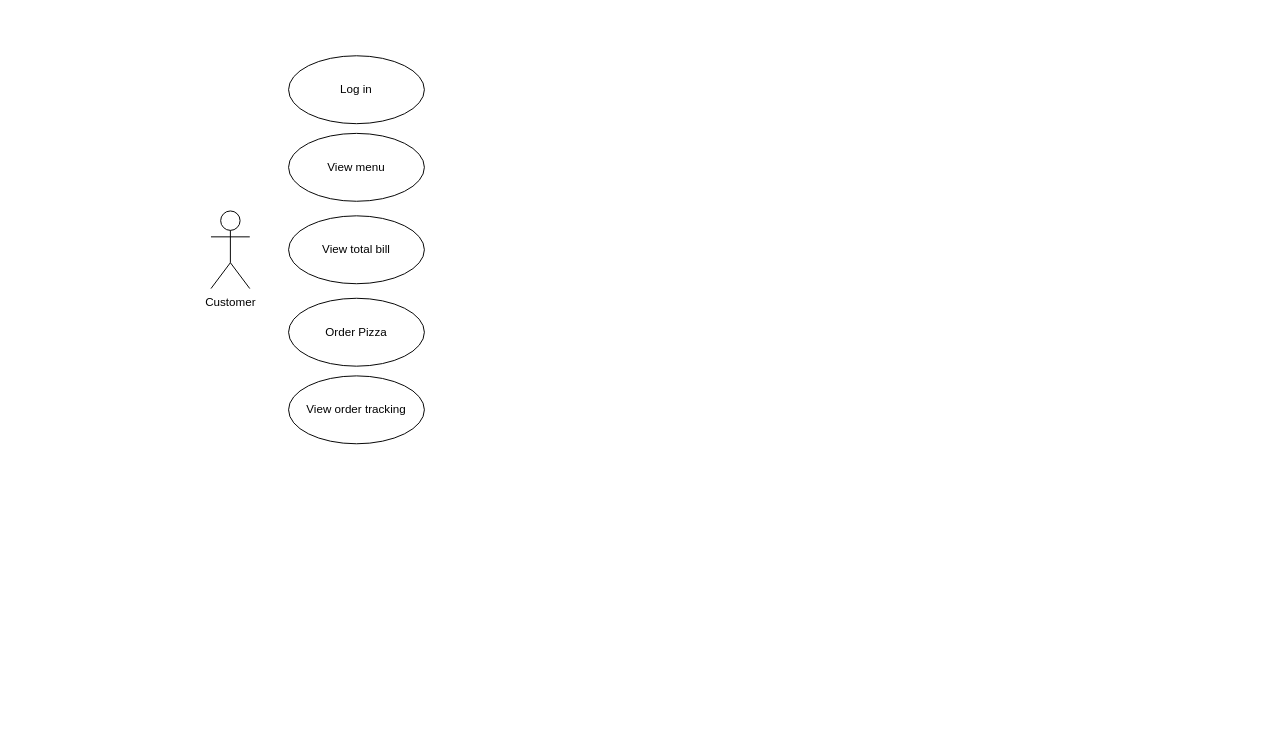
Earlier version of the draw.io diagram Untitled Diagram.drawio (trilo92/ThirdOne). Source tidied: cells renumbered, new cells numbered last; positions are measured from the earlier drawing's top-left corner, leaving out a move shared by most shapes. Both pictures are drawn from the tidied source at 97%, with x=0, y=0 at pixel (210, 55).
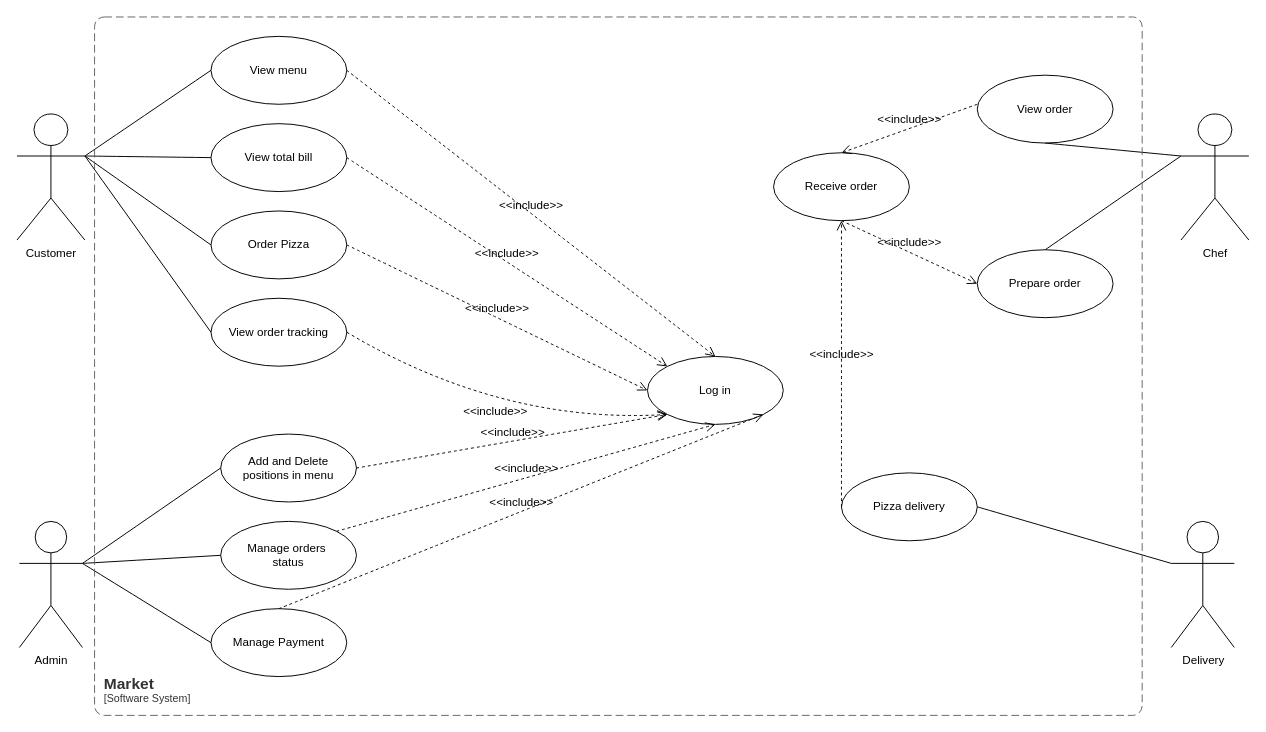
Above is the later version.

The edit, as a diff of the source:
```diff
@@
     <mxCell id="2" value="Customer" style="shape=umlActor;verticalLabelPosition=bottom;verticalAlign=top;html=1;outlineConnect=0;" parent="1" vertex="1">
-      <mxGeometry y="160" width="40" height="80" as="geometry" />
+      <mxGeometry x="-200" y="60" width="70" height="130" as="geometry" />
     </mxCell>
     <mxCell id="3" value="View total bill" style="ellipse;whiteSpace=wrap;html=1;" parent="1" vertex="1">
-      <mxGeometry x="80" y="165" width="140" height="70" as="geometry" />
+      <mxGeometry y="70" width="140" height="70" as="geometry" />
     </mxCell>
     <mxCell id="4" value="Order Pizza" style="ellipse;whiteSpace=wrap;html=1;" parent="1" vertex="1">
-      <mxGeometry x="80" y="250" width="140" height="70" as="geometry" />
+      <mxGeometry y="160" width="140" height="70" as="geometry" />
     </mxCell>
     <mxCell id="5" value="View order tracking" style="ellipse;whiteSpace=wrap;html=1;" parent="1" vertex="1">
-      <mxGeometry x="80" y="330" width="140" height="70" as="geometry" />
+      <mxGeometry y="250" width="140" height="70" as="geometry" />
     </mxCell>
     <mxCell id="6" value="&lt;div&gt;View menu&lt;/div&gt;" style="ellipse;whiteSpace=wrap;html=1;" parent="1" vertex="1">
-      <mxGeometry x="80" y="80" width="140" height="70" as="geometry" />
+      <mxGeometry y="-20" width="140" height="70" as="geometry" />
     </mxCell>
     <mxCell id="7" value="Log in" style="ellipse;whiteSpace=wrap;html=1;" parent="1" vertex="1">
-      <mxGeometry x="80" width="140" height="70" as="geometry" />
+      <mxGeometry x="450" y="310" width="140" height="70" as="geometry" />
     </mxCell>
+    <mxCell id="8" value="&amp;lt;&amp;lt;include&amp;gt;&amp;gt;" style="edgeStyle=none;html=1;endArrow=open;verticalAlign=bottom;dashed=1;labelBackgroundColor=none;rounded=0;fontSize=12;startSize=8;endSize=8;curved=1;entryX=0.5;entryY=0;entryDx=0;entryDy=0;exitX=1;exitY=0.5;exitDx=0;exitDy=0;" parent="1" edge="1" source="6" target="7">
+      <mxGeometry relative="1" as="geometry" />
+    </mxCell>
+    <mxCell id="9" value="&amp;lt;&amp;lt;include&amp;gt;&amp;gt;" style="edgeStyle=none;html=1;endArrow=open;verticalAlign=bottom;dashed=1;labelBackgroundColor=none;rounded=0;fontSize=12;startSize=8;endSize=8;curved=1;entryX=0;entryY=0;entryDx=0;entryDy=0;exitX=1;exitY=0.5;exitDx=0;exitDy=0;" parent="1" edge="1" source="3" target="7">
+      <mxGeometry relative="1" as="geometry" />
+    </mxCell>
+    <mxCell id="10" value="&amp;lt;&amp;lt;include&amp;gt;&amp;gt;" style="edgeStyle=none;html=1;endArrow=open;verticalAlign=bottom;dashed=1;labelBackgroundColor=none;rounded=0;fontSize=12;startSize=8;endSize=8;curved=1;entryX=0;entryY=0.5;entryDx=0;entryDy=0;exitX=1;exitY=0.5;exitDx=0;exitDy=0;" parent="1" edge="1" source="4" target="7">
+      <mxGeometry relative="1" as="geometry" />
+    </mxCell>
+    <mxCell id="11" value="&amp;lt;&amp;lt;include&amp;gt;&amp;gt;" style="edgeStyle=none;html=1;endArrow=open;verticalAlign=bottom;dashed=1;labelBackgroundColor=none;rounded=0;fontSize=12;startSize=8;endSize=8;curved=1;entryX=0;entryY=1;entryDx=0;entryDy=0;exitX=1;exitY=0.5;exitDx=0;exitDy=0;" parent="1" edge="1" source="5" target="7">
+      <mxGeometry relative="1" as="geometry">
+        <Array as="points">
+          <mxPoint x="300" y="380" />
+        </Array>
+      </mxGeometry>
+    </mxCell>
+    <mxCell id="12" style="edgeStyle=none;html=1;endArrow=none;verticalAlign=bottom;rounded=0;fontSize=12;startSize=8;endSize=8;curved=1;entryX=0;entryY=0.5;entryDx=0;entryDy=0;exitX=1;exitY=0.3333333333333333;exitDx=0;exitDy=0;exitPerimeter=0;" parent="1" edge="1" source="2" target="6">
+      <mxGeometry relative="1" as="geometry" />
+    </mxCell>
+    <mxCell id="13" style="edgeStyle=none;html=1;endArrow=none;verticalAlign=bottom;rounded=0;fontSize=12;startSize=8;endSize=8;curved=1;entryX=0;entryY=0.5;entryDx=0;entryDy=0;exitX=1;exitY=0.3333333333333333;exitDx=0;exitDy=0;exitPerimeter=0;" parent="1" edge="1" source="2" target="3">
+      <mxGeometry relative="1" as="geometry" />
+    </mxCell>
+    <mxCell id="14" style="edgeStyle=none;html=1;endArrow=none;verticalAlign=bottom;rounded=0;fontSize=12;startSize=8;endSize=8;curved=1;entryX=0;entryY=0.5;entryDx=0;entryDy=0;exitX=1;exitY=0.3333333333333333;exitDx=0;exitDy=0;exitPerimeter=0;" parent="1" edge="1" source="2" target="5">
+      <mxGeometry relative="1" as="geometry" />
+    </mxCell>
+    <mxCell id="15" style="edgeStyle=none;html=1;endArrow=none;verticalAlign=bottom;rounded=0;fontSize=12;startSize=8;endSize=8;curved=1;entryX=0;entryY=0.5;entryDx=0;entryDy=0;exitX=1;exitY=0.3333333333333333;exitDx=0;exitDy=0;exitPerimeter=0;" parent="1" edge="1" source="2" target="4">
+      <mxGeometry relative="1" as="geometry" />
+    </mxCell>
+    <mxCell id="16" value="Admin" style="shape=umlActor;html=1;verticalLabelPosition=bottom;verticalAlign=top;align=center;" parent="1" vertex="1">
+      <mxGeometry x="-197.5" y="480" width="65" height="130" as="geometry" />
+    </mxCell>
+    <mxCell id="17" value="&lt;div&gt;Add and Delete&lt;/div&gt;&lt;div&gt;positions in menu&lt;/div&gt;" style="ellipse;whiteSpace=wrap;html=1;" parent="1" vertex="1">
+      <mxGeometry x="10" y="390" width="140" height="70" as="geometry" />
+    </mxCell>
+    <mxCell id="18" value="&lt;div&gt;Manage orders&amp;nbsp;&lt;/div&gt;&lt;div&gt;status&lt;/div&gt;" style="ellipse;whiteSpace=wrap;html=1;" parent="1" vertex="1">
+      <mxGeometry x="10" y="480" width="140" height="70" as="geometry" />
+    </mxCell>
+    <mxCell id="19" value="&lt;div&gt;Manage Payment&lt;/div&gt;" style="ellipse;whiteSpace=wrap;html=1;" parent="1" vertex="1">
+      <mxGeometry y="570" width="140" height="70" as="geometry" />
+    </mxCell>
+    <mxCell id="20" value="&amp;lt;&amp;lt;include&amp;gt;&amp;gt;" style="edgeStyle=none;html=1;endArrow=open;verticalAlign=bottom;dashed=1;labelBackgroundColor=none;rounded=0;fontSize=12;startSize=8;endSize=8;curved=1;entryX=0.5;entryY=1;entryDx=0;entryDy=0;exitX=1;exitY=0;exitDx=0;exitDy=0;" parent="1" edge="1" source="18" target="7">
+      <mxGeometry relative="1" as="geometry" />
+    </mxCell>
+    <mxCell id="21" value="&amp;lt;&amp;lt;include&amp;gt;&amp;gt;" style="edgeStyle=none;html=1;endArrow=open;verticalAlign=bottom;dashed=1;labelBackgroundColor=none;rounded=0;fontSize=12;startSize=8;endSize=8;curved=1;entryX=1;entryY=1;entryDx=0;entryDy=0;exitX=0.5;exitY=0;exitDx=0;exitDy=0;" parent="1" edge="1" source="19" target="7">
+      <mxGeometry relative="1" as="geometry" />
+    </mxCell>
+    <mxCell id="22" value="&amp;lt;&amp;lt;include&amp;gt;&amp;gt;" style="edgeStyle=none;html=1;endArrow=open;verticalAlign=bottom;dashed=1;labelBackgroundColor=none;rounded=0;fontSize=12;startSize=8;endSize=8;curved=1;entryX=0;entryY=1;entryDx=0;entryDy=0;exitX=1;exitY=0.5;exitDx=0;exitDy=0;" parent="1" edge="1" source="17" target="7">
+      <mxGeometry relative="1" as="geometry" />
+    </mxCell>
+    <mxCell id="23" style="edgeStyle=none;html=1;endArrow=none;verticalAlign=bottom;rounded=0;fontSize=12;startSize=8;endSize=8;curved=1;entryX=0;entryY=0.5;entryDx=0;entryDy=0;exitX=1;exitY=0.3333333333333333;exitDx=0;exitDy=0;exitPerimeter=0;" parent="1" edge="1" source="16" target="17">
+      <mxGeometry relative="1" as="geometry" />
+    </mxCell>
+    <mxCell id="24" style="edgeStyle=none;html=1;endArrow=none;verticalAlign=bottom;rounded=0;fontSize=12;startSize=8;endSize=8;curved=1;entryX=0;entryY=0.5;entryDx=0;entryDy=0;exitX=1;exitY=0.3333333333333333;exitDx=0;exitDy=0;exitPerimeter=0;" parent="1" edge="1" source="16" target="18">
+      <mxGeometry relative="1" as="geometry" />
+    </mxCell>
+    <mxCell id="25" style="edgeStyle=none;html=1;endArrow=none;verticalAlign=bottom;rounded=0;fontSize=12;startSize=8;endSize=8;curved=1;entryX=0;entryY=0.5;entryDx=0;entryDy=0;exitX=1;exitY=0.3333333333333333;exitDx=0;exitDy=0;exitPerimeter=0;" parent="1" edge="1" source="16" target="19">
+      <mxGeometry relative="1" as="geometry" />
+    </mxCell>
+    <mxCell id="26" value="Chef&lt;div&gt;&lt;br&gt;&lt;/div&gt;" style="shape=umlActor;verticalLabelPosition=bottom;verticalAlign=top;html=1;outlineConnect=0;" parent="1" vertex="1">
+      <mxGeometry x="1000" y="60" width="70" height="130" as="geometry" />
+    </mxCell>
+    <mxCell id="27" value="View order" style="ellipse;whiteSpace=wrap;html=1;" parent="1" vertex="1">
+      <mxGeometry x="790" y="20" width="140" height="70" as="geometry" />
+    </mxCell>
+    <mxCell id="28" value="Receive order" style="ellipse;whiteSpace=wrap;html=1;" parent="1" vertex="1">
+      <mxGeometry x="580" y="100" width="140" height="70" as="geometry" />
+    </mxCell>
+    <mxCell id="29" value="Prepare order" style="ellipse;whiteSpace=wrap;html=1;" parent="1" vertex="1">
+      <mxGeometry x="790" y="200" width="140" height="70" as="geometry" />
+    </mxCell>
+    <mxCell id="30" value="&amp;lt;&amp;lt;include&amp;gt;&amp;gt;" style="edgeStyle=none;html=1;endArrow=open;verticalAlign=bottom;dashed=1;labelBackgroundColor=none;rounded=0;fontSize=12;startSize=8;endSize=8;curved=1;entryX=0.5;entryY=0;entryDx=0;entryDy=0;" parent="1" edge="1" target="28">
+      <mxGeometry relative="1" as="geometry">
+        <mxPoint x="790" y="50" as="sourcePoint" />
+      </mxGeometry>
+    </mxCell>
+    <mxCell id="31" value="&amp;lt;&amp;lt;include&amp;gt;&amp;gt;" style="edgeStyle=none;html=1;endArrow=open;verticalAlign=bottom;dashed=1;labelBackgroundColor=none;rounded=0;fontSize=12;startSize=8;endSize=8;curved=1;entryX=0;entryY=0.5;entryDx=0;entryDy=0;exitX=0.5;exitY=1;exitDx=0;exitDy=0;" parent="1" edge="1" source="28" target="29">
+      <mxGeometry relative="1" as="geometry" />
+    </mxCell>
+    <mxCell id="32" value="Delivery" style="shape=umlActor;html=1;verticalLabelPosition=bottom;verticalAlign=top;align=center;" parent="1" vertex="1">
+      <mxGeometry x="990" y="480" width="65" height="130" as="geometry" />
+    </mxCell>
+    <mxCell id="33" value="Pizza delivery" style="ellipse;whiteSpace=wrap;html=1;" parent="1" vertex="1">
+      <mxGeometry x="650" y="430" width="140" height="70" as="geometry" />
+    </mxCell>
+    <mxCell id="34" value="&amp;lt;&amp;lt;include&amp;gt;&amp;gt;" style="edgeStyle=none;html=1;endArrow=open;verticalAlign=bottom;dashed=1;labelBackgroundColor=none;rounded=0;fontSize=12;startSize=8;endSize=8;curved=1;entryX=0.5;entryY=1;entryDx=0;entryDy=0;exitX=0;exitY=0.5;exitDx=0;exitDy=0;" parent="1" edge="1" source="33" target="28">
+      <mxGeometry relative="1" as="geometry" />
+    </mxCell>
+    <mxCell id="35" style="edgeStyle=none;html=1;endArrow=none;verticalAlign=bottom;rounded=0;fontSize=12;startSize=8;endSize=8;curved=1;exitX=0.5;exitY=1;exitDx=0;exitDy=0;entryX=0;entryY=0.3333333333333333;entryDx=0;entryDy=0;entryPerimeter=0;" parent="1" edge="1" source="27" target="26">
+      <mxGeometry relative="1" as="geometry" />
+    </mxCell>
+    <mxCell id="36" style="edgeStyle=none;html=1;endArrow=none;verticalAlign=bottom;rounded=0;fontSize=12;startSize=8;endSize=8;curved=1;exitX=0.5;exitY=0;exitDx=0;exitDy=0;entryX=0;entryY=0.3333333333333333;entryDx=0;entryDy=0;entryPerimeter=0;" parent="1" edge="1" source="29" target="26">
+      <mxGeometry relative="1" as="geometry" />
+    </mxCell>
+    <mxCell id="37" style="edgeStyle=none;html=1;endArrow=none;verticalAlign=bottom;rounded=0;fontSize=12;startSize=8;endSize=8;curved=1;entryX=0;entryY=0.3333333333333333;entryDx=0;entryDy=0;entryPerimeter=0;exitX=1;exitY=0.5;exitDx=0;exitDy=0;" parent="1" edge="1" source="33" target="32">
+      <mxGeometry relative="1" as="geometry" />
+    </mxCell>
+    <object id="38" label="&lt;font style=&quot;font-size: 16px&quot;&gt;&lt;b&gt;&lt;div style=&quot;text-align: left&quot;&gt;%c4Name%&lt;/div&gt;&lt;/b&gt;&lt;/font&gt;&lt;div style=&quot;text-align: left&quot;&gt;[%c4Application%]&lt;/div&gt;" c4Application="Software System" c4Name="Market" placeholders="1">
+      <mxCell style="rounded=1;fontSize=11;whiteSpace=wrap;html=1;dashed=1;arcSize=20;fillColor=none;strokeColor=#666666;fontColor=#333333;labelBackgroundColor=none;align=left;verticalAlign=bottom;labelBorderColor=none;spacingTop=0;spacing=10;dashPattern=8 4;perimeter=rectanglePerimeter;noLabel=0;labelPadding=0;absoluteArcSize=1;" parent="1" vertex="1">
+        <mxGeometry x="-120" y="-40" width="1080" height="720" as="geometry" />
+      </mxCell>
+    </object>
```
